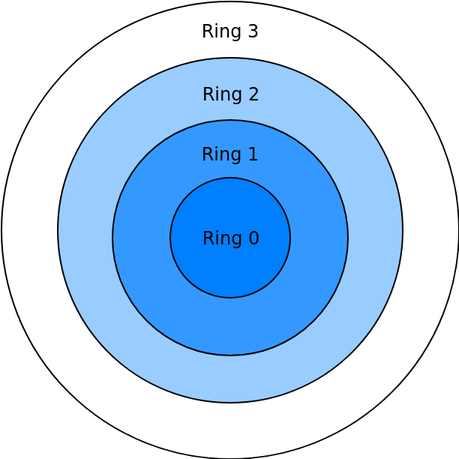
Above: pictures/CPUPrivilegeRings.png in Allegra42/thesis-documentation-fuchsia (draw.io), before the change. Source tidied: cells renumbered, new cells last; positions are measured from the earlier drawing's top-left corner, leaving out a move shared by most shapes.
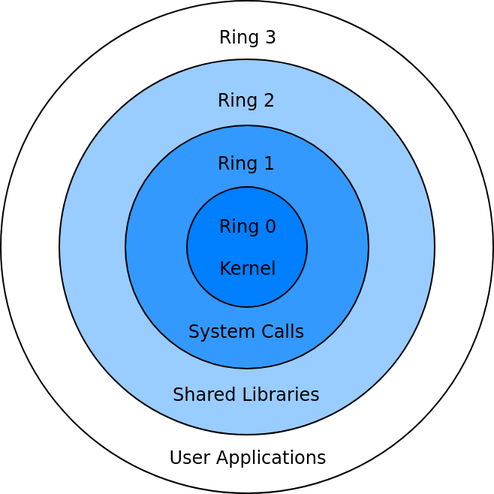
After the change.

The edit, as a diff of the source:
```diff
@@ -2,17 +2,17 @@
   <root>
     <mxCell id="0" />
     <mxCell id="1" parent="0" />
-    <mxCell id="2" value="Ring 3&lt;br&gt;&lt;br&gt;&lt;br&gt;&lt;br&gt;&lt;br&gt;&lt;br&gt;&lt;br&gt;&lt;br&gt;&lt;br&gt;&lt;br&gt;&lt;br&gt;&lt;br&gt;&lt;br&gt;&lt;br&gt;&lt;br&gt;&lt;br&gt;&lt;br&gt;&lt;br&gt;&lt;br&gt;&lt;br&gt;" style="ellipse;whiteSpace=wrap;html=1;" parent="1" vertex="1">
-      <mxGeometry x="-0.5" y="0.5" width="305" height="305" as="geometry" />
+    <mxCell id="2" value="Ring 3&lt;br&gt;&lt;br&gt;&lt;br&gt;&lt;br&gt;&lt;br&gt;&lt;br&gt;&lt;br&gt;&lt;br&gt;&lt;br&gt;&lt;br&gt;&lt;br&gt;&lt;br&gt;&lt;br&gt;&lt;br&gt;&lt;br&gt;&lt;br&gt;&lt;br&gt;&lt;br&gt;&lt;br&gt;&lt;br&gt;User Applications&lt;br&gt;" style="ellipse;whiteSpace=wrap;html=1;" parent="1" vertex="1">
+      <mxGeometry y="1" width="328" height="328" as="geometry" />
     </mxCell>
-    <mxCell id="3" value="Ring 2&lt;br&gt;&lt;br&gt;&lt;br&gt;&lt;br&gt;&lt;br&gt;&lt;br&gt;&lt;br&gt;&lt;br&gt;&lt;br&gt;&lt;br&gt;&lt;br&gt;&lt;br&gt;&lt;br&gt;&lt;br&gt;" style="ellipse;whiteSpace=wrap;html=1;fillColor=#99CCFF;" parent="1" vertex="1">
-      <mxGeometry x="37" y="38" width="230" height="230" as="geometry" />
+    <mxCell id="3" value="Ring 2&lt;br&gt;&lt;br&gt;&lt;br&gt;&lt;br&gt;&lt;br&gt;&lt;br&gt;&lt;br&gt;&lt;br&gt;&lt;br&gt;&lt;br&gt;&lt;br&gt;&lt;br&gt;&lt;br&gt;&lt;br&gt;Shared Libraries&lt;br&gt;" style="ellipse;whiteSpace=wrap;html=1;fillColor=#99CCFF;" parent="1" vertex="1">
+      <mxGeometry x="39" y="40" width="250" height="250" as="geometry" />
     </mxCell>
-    <mxCell id="4" value="Ring 1&lt;br&gt;&lt;br&gt;&lt;br&gt;&lt;br&gt;&lt;br&gt;&lt;br&gt;&lt;br&gt;&lt;br&gt;&lt;br&gt;" style="ellipse;whiteSpace=wrap;html=1;fillColor=#3399FF;" parent="1" vertex="1">
-      <mxGeometry x="73.5" y="79.5" width="157" height="157" as="geometry" />
+    <mxCell id="4" value="Ring 1&lt;br&gt;&lt;br&gt;&lt;br&gt;&lt;br&gt;&lt;br&gt;&lt;br&gt;&lt;br&gt;&lt;br&gt;System Calls&lt;br&gt;" style="ellipse;whiteSpace=wrap;html=1;fillColor=#3399FF;" parent="1" vertex="1">
+      <mxGeometry x="83" y="84" width="162" height="162" as="geometry" />
     </mxCell>
-    <mxCell id="5" value="Ring 0" style="ellipse;whiteSpace=wrap;html=1;fillColor=#007FFF;strokeColor=#000000;" parent="1" vertex="1">
-      <mxGeometry x="112" y="118" width="80" height="80" as="geometry" />
+    <mxCell id="5" value="Ring 0&lt;br&gt;&lt;br&gt;Kernel&lt;br&gt;" style="ellipse;whiteSpace=wrap;html=1;fillColor=#007FFF;strokeColor=#000000;" parent="1" vertex="1">
+      <mxGeometry x="124" y="125" width="80" height="80" as="geometry" />
     </mxCell>
   </root>
 </mxGraphModel>
```
